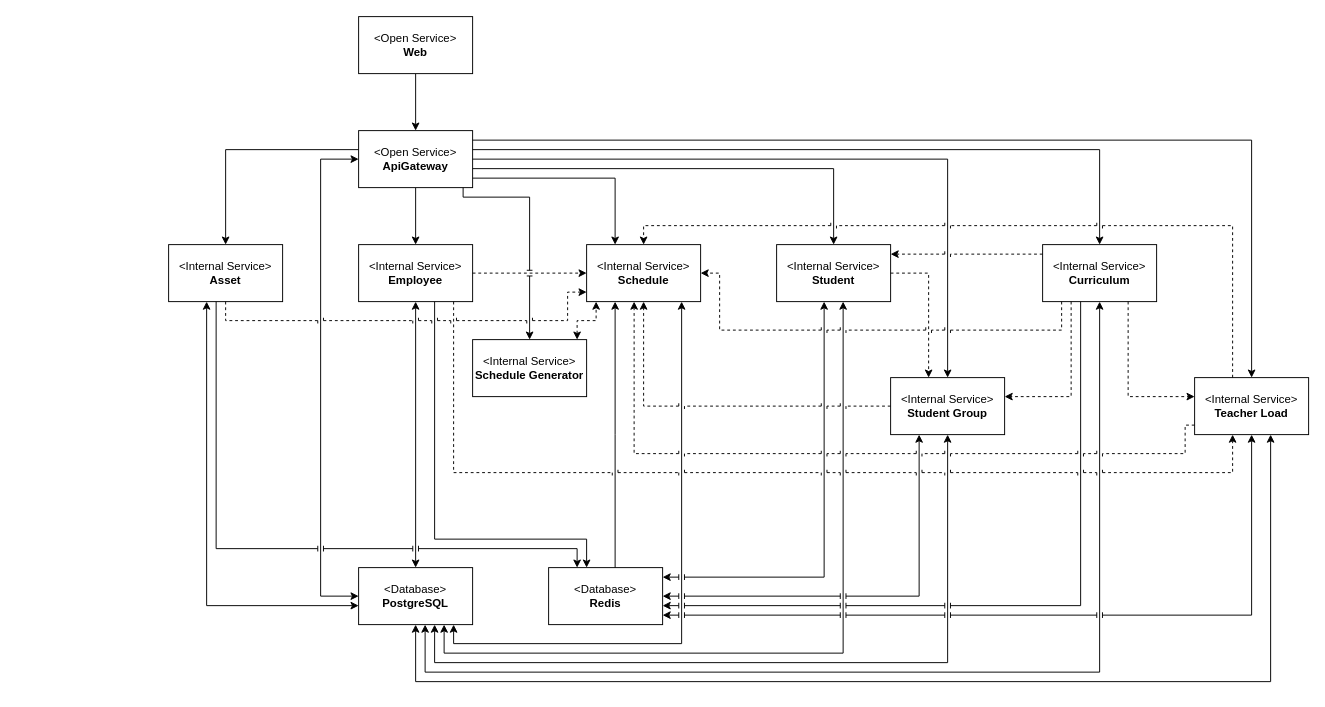
IrusHunter/duckademic keeps this draw.io diagram as docs/architecture.drawio. Above is the earlier version. Source tidied: cells renumbered, new cells numbered last; positions are measured from the earlier drawing's top-left corner, leaving out a move shared by most shapes. Both pictures are drawn from the tidied source at 95%, with x=0, y=0 at pixel (168, 16).
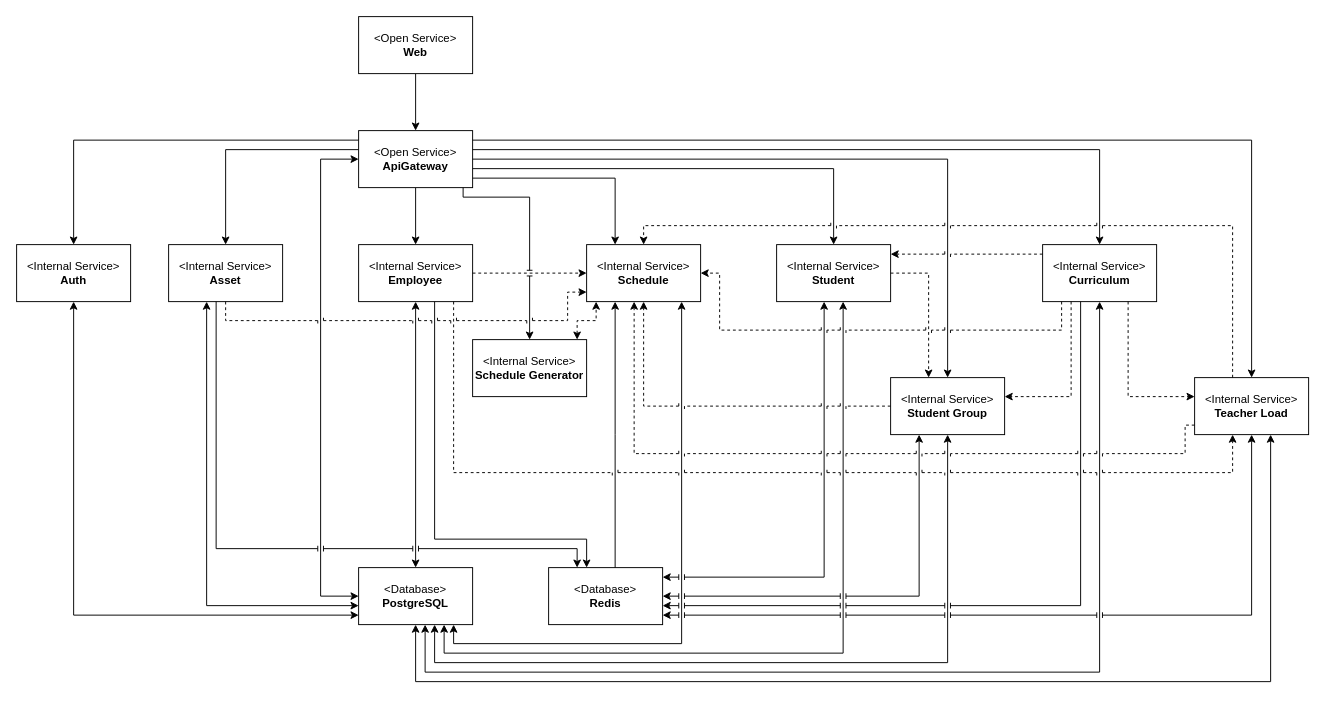
The same page after the edit.

The change refers to these unchanged cells:
```xml
<mxCell id="7" value="&amp;lt;Open Service&amp;gt;&lt;div&gt;&lt;b&gt;ApiGateway&lt;/b&gt;&lt;/div&gt;" style="html=1;whiteSpace=wrap;" parent="1" vertex="1">
  <mxGeometry x="200" y="120" width="120" height="60" as="geometry" />
</mxCell>
<mxCell id="10" value="&amp;lt;Database&amp;gt;&lt;div&gt;&lt;b&gt;PostgreSQL&lt;/b&gt;&lt;/div&gt;" style="html=1;whiteSpace=wrap;" parent="1" vertex="1">
  <mxGeometry x="200" y="580" width="120" height="60" as="geometry" />
</mxCell>
```

The edit, as a diff of the source:
```diff
@@
+    <mxCell id="51" value="&amp;lt;Internal Service&amp;gt;&lt;div&gt;&lt;b&gt;Auth&lt;/b&gt;&lt;/div&gt;" style="html=1;whiteSpace=wrap;" parent="1" vertex="1">
+      <mxGeometry x="-160" y="240" width="120" height="60" as="geometry" />
+    </mxCell>
+    <mxCell id="52" style="edgeStyle=orthogonalEdgeStyle;html=1;rounded=0;curved=0;jumpStyle=line;" parent="1" edge="1" source="7" target="51">
+      <mxGeometry relative="1" as="geometry">
+        <Array as="points">
+          <mxPoint x="-100" y="130" />
+        </Array>
+      </mxGeometry>
+    </mxCell>
+    <mxCell id="53" style="edgeStyle=orthogonalEdgeStyle;html=1;startArrow=classic;startFill=1;rounded=0;curved=0;jumpStyle=line;" parent="1" edge="1" source="51" target="10">
+      <mxGeometry relative="1" as="geometry">
+        <Array as="points">
+          <mxPoint x="-100" y="630" />
+        </Array>
+      </mxGeometry>
+    </mxCell>
```
